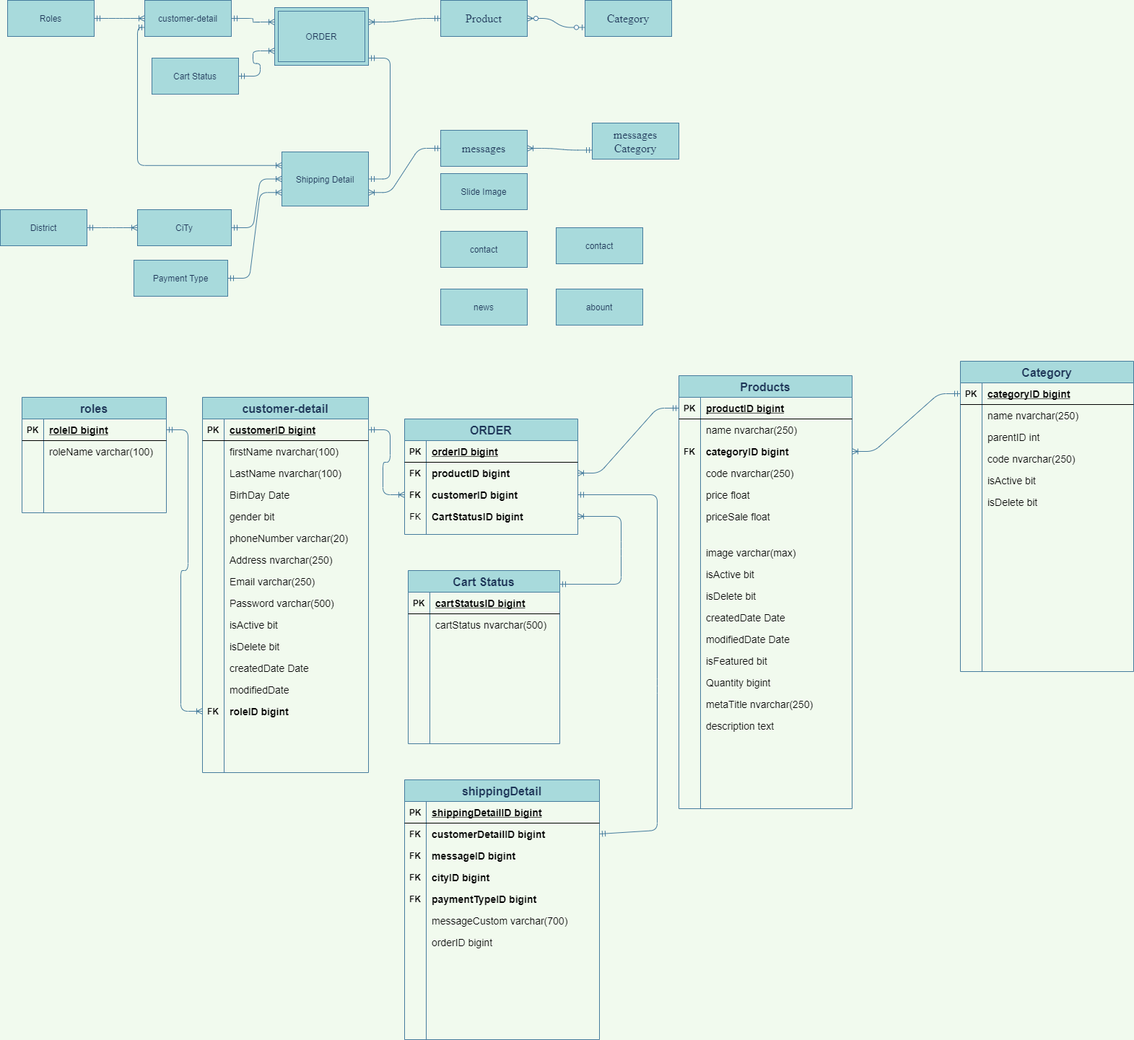
Earlier version of the draw.io export Untitled Diagram.png (maialino123/Eproject-SEM3). Source tidied: cells renumbered, new cells last; positions are measured from the earlier drawing's top-left corner, leaving out a move shared by most shapes.
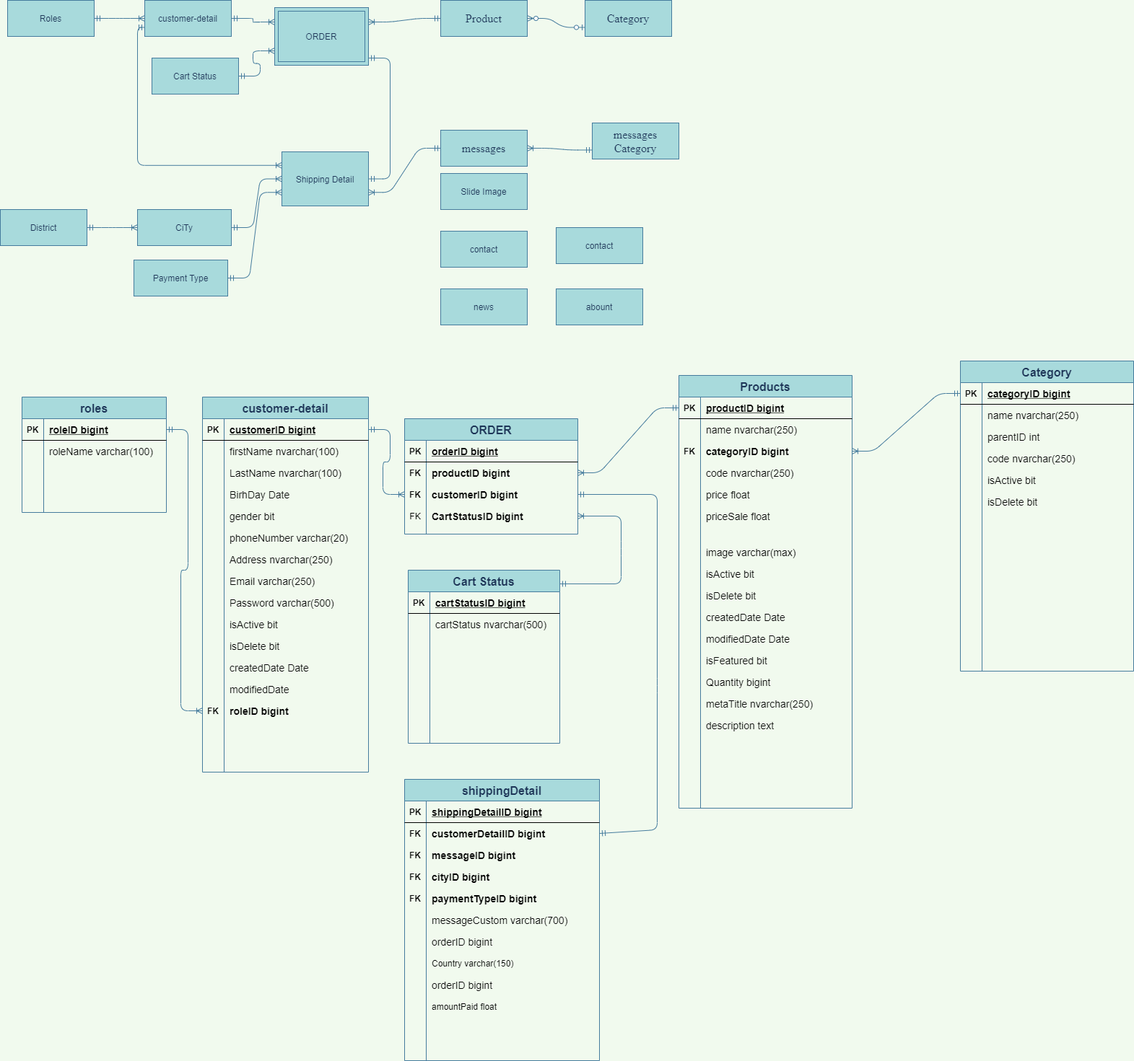
Later version of the same file.

Change to the diagram source:
```diff
@@ -596,7 +596,7 @@
       </mxGeometry>
     </mxCell>
     <mxCell id="197" value="shippingDetail" style="shape=table;startSize=30;rowLines=0;fontStyle=1;align=center;rounded=0;sketch=0;fontColor=#1D3557;strokeColor=#457B9D;fillColor=#A8DADC;fontSize=16;" parent="1" vertex="1">
-      <mxGeometry x="560" y="1080" width="270" height="360" as="geometry" />
+      <mxGeometry x="560" y="1080" width="270" height="390" as="geometry" />
     </mxCell>
     <mxCell id="198" style="shape=partialRectangle;fillColor=none;top=0;left=0;bottom=1;right=0;" parent="197" vertex="1">
       <mxGeometry y="30" width="270" height="30" as="geometry" />
@@ -667,20 +667,29 @@
     <mxCell id="220" style="shape=partialRectangle;fillColor=none;top=0;left=0;bottom=0;right=0;overflow=hidden;" parent="219" vertex="1">
       <mxGeometry width="30" height="30" as="geometry" />
     </mxCell>
-    <mxCell id="221" style="shape=partialRectangle;fillColor=none;top=0;left=0;bottom=0;right=0;align=left;spacingLeft=6;overflow=hidden;" parent="219" vertex="1">
+    <mxCell id="221" value="Country varchar(150)" style="shape=partialRectangle;fillColor=none;top=0;left=0;bottom=0;right=0;align=left;spacingLeft=6;overflow=hidden;" parent="219" vertex="1">
       <mxGeometry x="30" width="240" height="30" as="geometry" />
     </mxCell>
+    <mxCell id="232" style="shape=partialRectangle;fillColor=none;top=0;left=0;bottom=0;right=0;" parent="197" vertex="1">
+      <mxGeometry y="270" width="270" height="30" as="geometry" />
+    </mxCell>
+    <mxCell id="233" style="shape=partialRectangle;fillColor=none;top=0;left=0;bottom=0;right=0;overflow=hidden;fontStyle=1;" parent="232" vertex="1">
+      <mxGeometry width="30" height="30" as="geometry" />
+    </mxCell>
+    <mxCell id="234" value="orderID bigint" style="shape=partialRectangle;fillColor=none;top=0;left=0;bottom=0;right=0;align=left;spacingLeft=6;overflow=hidden;fontSize=14;fontStyle=0;" parent="232" vertex="1">
+      <mxGeometry x="30" width="240" height="30" as="geometry" />
+    </mxCell>
     <mxCell id="222" style="shape=partialRectangle;fillColor=none;top=0;left=0;bottom=0;right=0;" parent="197" vertex="1">
-      <mxGeometry y="270" width="270" height="30" as="geometry" />
+      <mxGeometry y="300" width="270" height="30" as="geometry" />
     </mxCell>
     <mxCell id="223" style="shape=partialRectangle;fillColor=none;top=0;left=0;bottom=0;right=0;overflow=hidden;" parent="222" vertex="1">
       <mxGeometry width="30" height="30" as="geometry" />
     </mxCell>
-    <mxCell id="224" style="shape=partialRectangle;fillColor=none;top=0;left=0;bottom=0;right=0;align=left;spacingLeft=6;overflow=hidden;" parent="222" vertex="1">
+    <mxCell id="224" value="amountPaid float" style="shape=partialRectangle;fillColor=none;top=0;left=0;bottom=0;right=0;align=left;spacingLeft=6;overflow=hidden;" parent="222" vertex="1">
       <mxGeometry x="30" width="240" height="30" as="geometry" />
     </mxCell>
     <mxCell id="225" style="shape=partialRectangle;fillColor=none;top=0;left=0;bottom=0;right=0;" parent="197" vertex="1">
-      <mxGeometry y="300" width="270" height="30" as="geometry" />
+      <mxGeometry y="330" width="270" height="30" as="geometry" />
     </mxCell>
     <mxCell id="226" style="shape=partialRectangle;fillColor=none;top=0;left=0;bottom=0;right=0;overflow=hidden;" parent="225" vertex="1">
       <mxGeometry width="30" height="30" as="geometry" />
@@ -689,7 +698,7 @@
       <mxGeometry x="30" width="240" height="30" as="geometry" />
     </mxCell>
     <mxCell id="228" style="shape=partialRectangle;fillColor=none;top=0;left=0;bottom=0;right=0;" parent="197" vertex="1">
-      <mxGeometry y="330" width="270" height="30" as="geometry" />
+      <mxGeometry y="360" width="270" height="30" as="geometry" />
     </mxCell>
     <mxCell id="229" style="shape=partialRectangle;fillColor=none;top=0;left=0;bottom=0;right=0;overflow=hidden;" parent="228" vertex="1">
       <mxGeometry width="30" height="30" as="geometry" />
```
